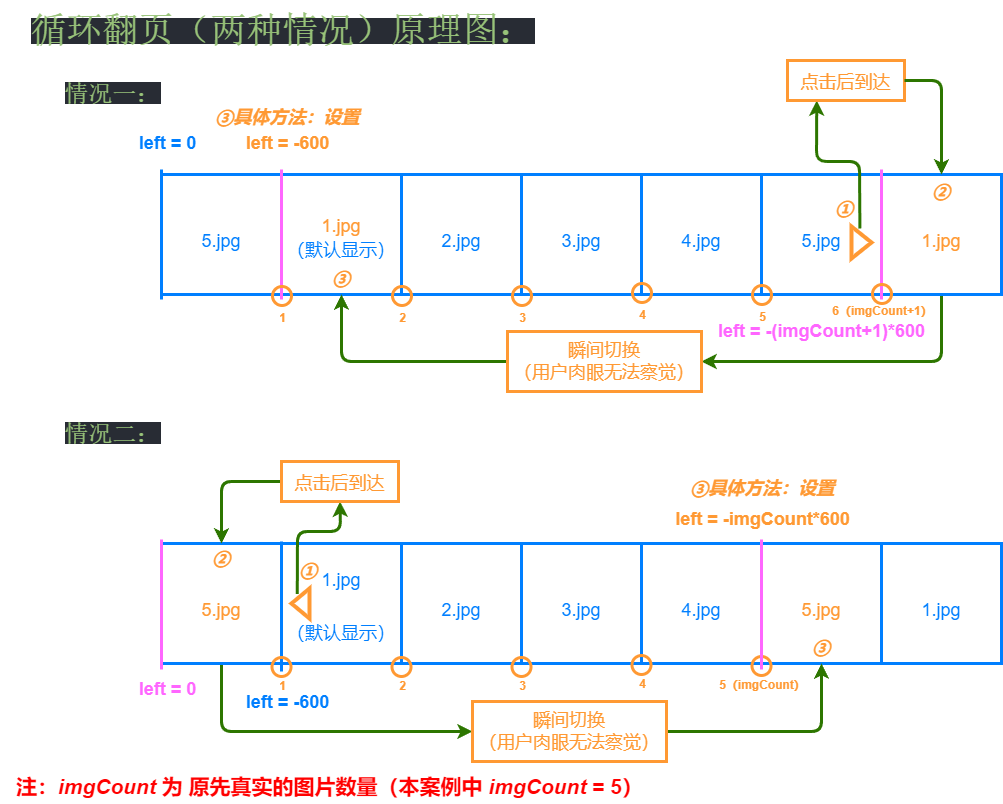
QuestionMark001/WebEx keeps this draw.io diagram as src/jQuery/img/26_carousel.drawio.png. Above is the earlier version. Source tidied: cells renumbered, new cells last; positions are measured from the earlier drawing's top-left corner, leaving out a move shared by most shapes.
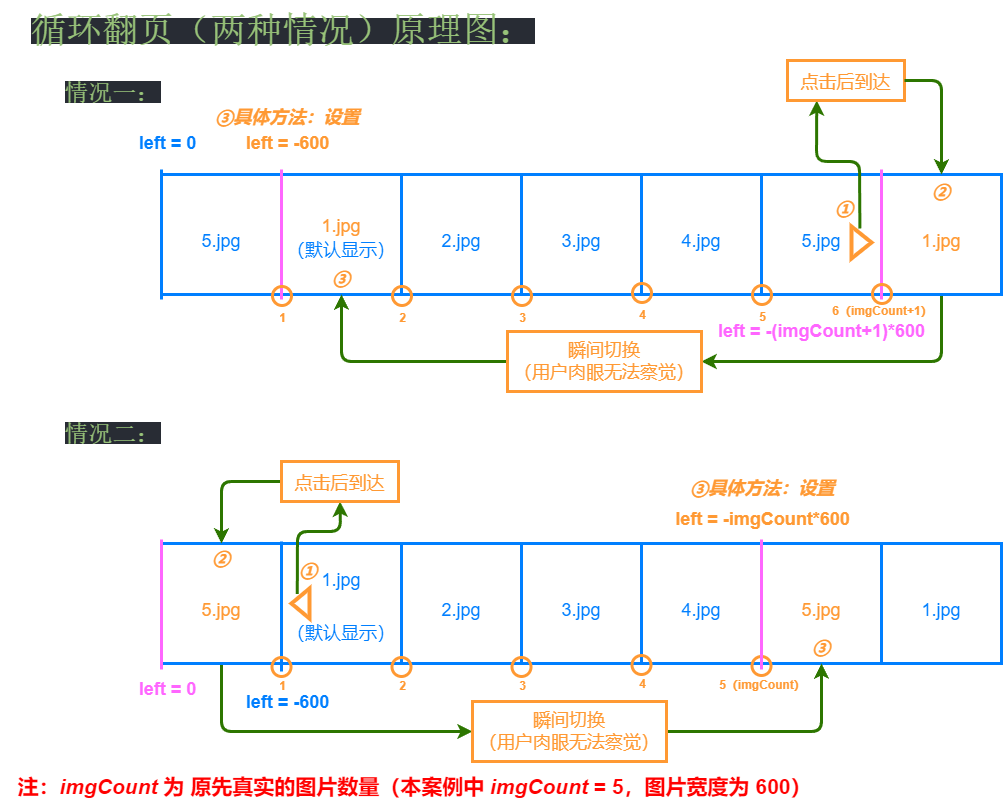
Later version of the same file.

Commit message:
Updated legend for TODO2

The edit, as a diff of the source:
```diff
@@ -276,8 +276,8 @@
     <mxCell id="74" value="&lt;font style=&quot;font-size: 18px;&quot;&gt;&lt;i style=&quot;&quot;&gt;③具体方法：设置&lt;/i&gt;&lt;/font&gt;" style="text;strokeColor=none;fillColor=none;html=1;fontSize=24;fontStyle=1;verticalAlign=middle;align=center;strokeWidth=3;fontColor=#FF9933;" parent="1" vertex="1">
       <mxGeometry x="688.5" y="471" width="145" height="30" as="geometry" />
     </mxCell>
-    <mxCell id="75" value="&lt;font style=&quot;font-size: 21px;&quot; color=&quot;#ff0000&quot;&gt;注：&lt;i&gt;imgCount&lt;/i&gt; 为 原先真实的图片数量（本案例中&amp;nbsp;&lt;/font&gt;&lt;i style=&quot;color: rgb(255, 0, 0); font-size: 21px;&quot;&gt;imgCount&lt;/i&gt;&lt;span style=&quot;color: rgb(255, 0, 0); font-size: 21px;&quot;&gt;&amp;nbsp;= 5&lt;/span&gt;&lt;font style=&quot;font-size: 21px;&quot; color=&quot;#ff0000&quot;&gt;）&lt;/font&gt;" style="text;strokeColor=none;fillColor=none;html=1;fontSize=24;fontStyle=1;verticalAlign=middle;align=center;strokeWidth=4;fontColor=#FF9933;" parent="1" vertex="1">
-      <mxGeometry x="0.5" y="771" width="655.5" height="30" as="geometry" />
+    <mxCell id="75" value="&lt;font style=&quot;font-size: 21px;&quot; color=&quot;#ff0000&quot;&gt;注：&lt;i&gt;imgCount&lt;/i&gt; 为 原先真实的图片数量（本案例中&amp;nbsp;&lt;/font&gt;&lt;i style=&quot;color: rgb(255, 0, 0); font-size: 21px;&quot;&gt;imgCount&lt;/i&gt;&lt;span style=&quot;color: rgb(255, 0, 0); font-size: 21px;&quot;&gt;&amp;nbsp;= 5，图片宽度为 600&lt;/span&gt;&lt;font style=&quot;font-size: 21px;&quot; color=&quot;#ff0000&quot;&gt;）&lt;/font&gt;" style="text;strokeColor=none;fillColor=none;html=1;fontSize=24;fontStyle=1;verticalAlign=middle;align=center;strokeWidth=4;fontColor=#FF9933;" parent="1" vertex="1">
+      <mxGeometry x="0.5" y="771" width="825.5" height="30" as="geometry" />
     </mxCell>
   </root>
 </mxGraphModel>
```
